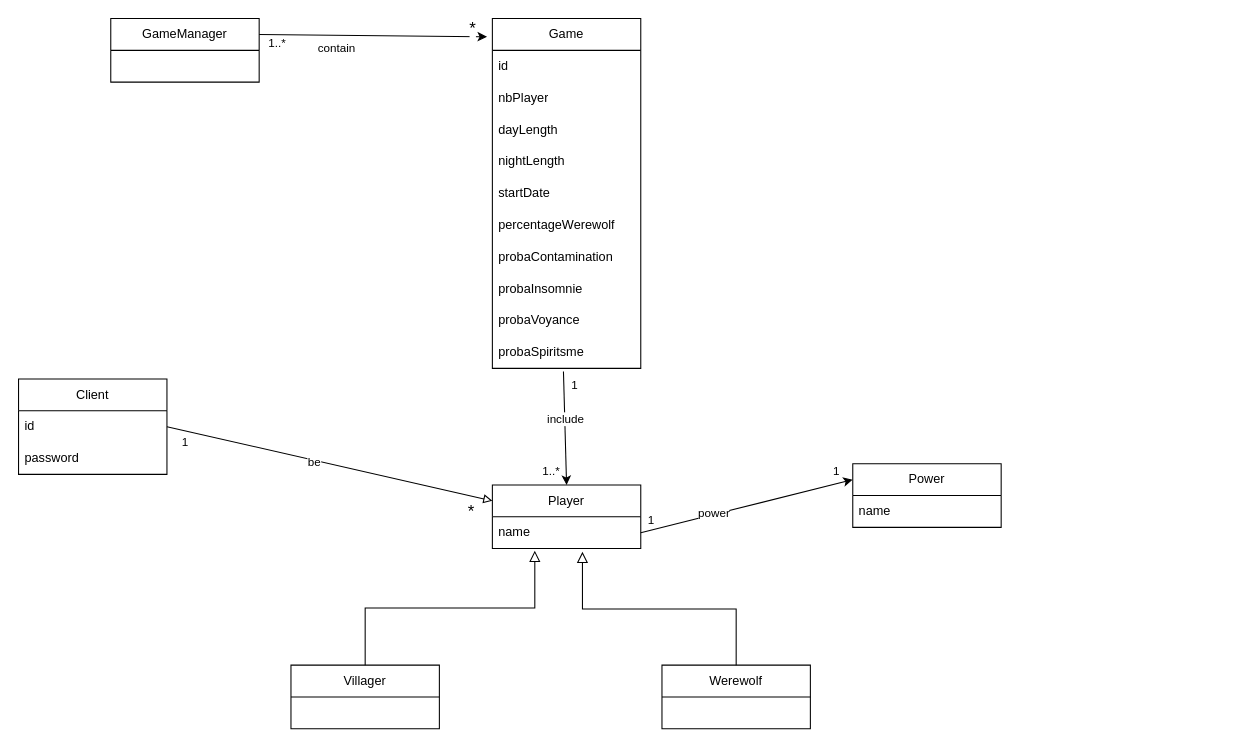
gfhuth/werewolf keeps this draw.io diagram as documentation/server/diagramme_de_classes_jeu.drawio. Above is the earlier version. Source tidied: cells renumbered, new cells numbered last; positions are measured from the earlier drawing's top-left corner, leaving out a move shared by most shapes. Both pictures are drawn from the tidied source at 106%, with x=0, y=0 at pixel (18, 18).
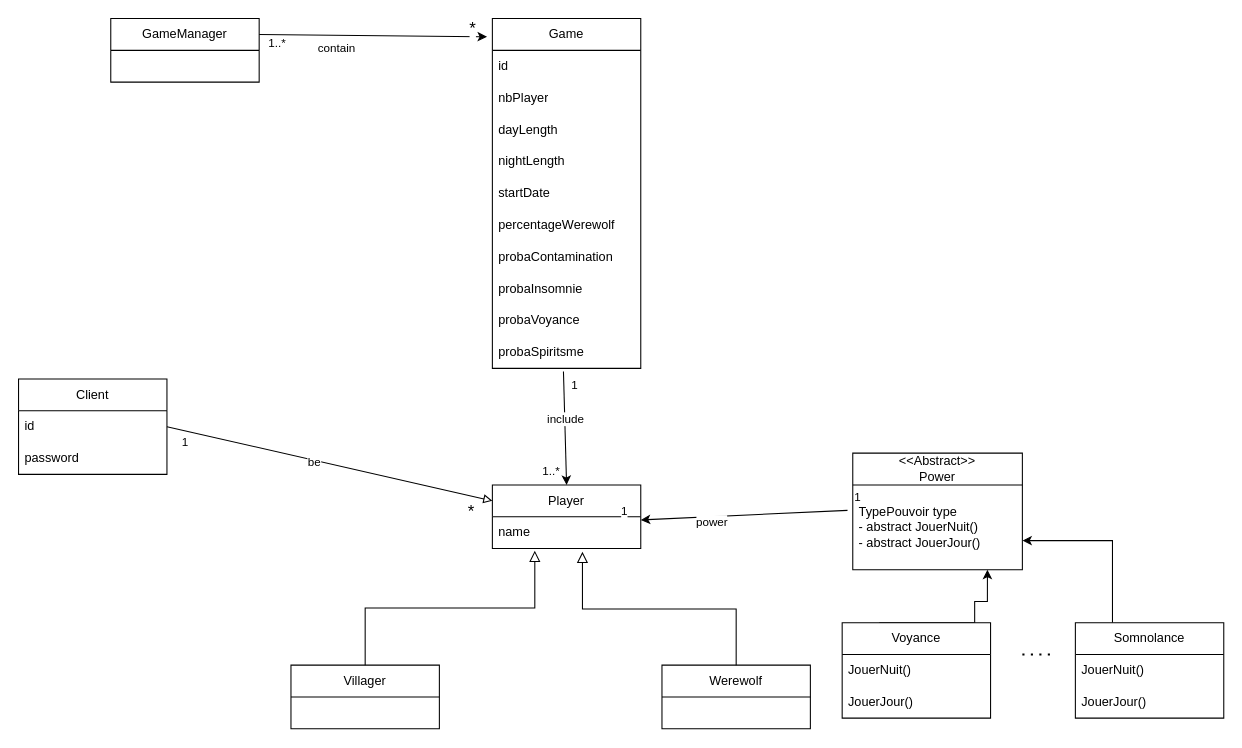
The same page after the edit.

Commit message:
modification classe role

The change refers to these unchanged cells:
```xml
<mxCell id="3" value="name" style="text;strokeColor=none;fillColor=none;align=left;verticalAlign=middle;spacingLeft=4;spacingRight=4;overflow=hidden;points=[[0,0.5],[1,0.5]];portConstraint=eastwest;whiteSpace=wrap;html=1;" parent="2" vertex="1">
  <mxGeometry y="30" width="140" height="30" as="geometry" />
</mxCell>
```

What changed in the source:
```diff
@@
-    <mxCell id="6" value="Power" style="swimlane;fontStyle=0;horizontal=1;startSize=30;whiteSpace=wrap;html=1;" parent="1" vertex="1">
-      <mxGeometry x="787" y="420" width="140" height="60" as="geometry" />
+    <mxCell id="6" value="&amp;lt;&amp;lt;Abstract&amp;gt;&amp;gt;&lt;br&gt;Power" style="swimlane;fontStyle=0;horizontal=1;startSize=30;whiteSpace=wrap;html=1;" parent="1" vertex="1">
+      <mxGeometry x="787" y="410" width="160" height="110" as="geometry" />
     </mxCell>
-    <mxCell id="7" value="name" style="text;strokeColor=none;fillColor=none;align=left;verticalAlign=middle;spacingLeft=4;spacingRight=4;overflow=hidden;points=[[0,0.5],[1,0.5]];portConstraint=eastwest;whiteSpace=wrap;html=1;" parent="6" vertex="1">
-      <mxGeometry y="30" width="140" height="30" as="geometry" />
+    <mxCell id="7" value="TypePouvoir type&lt;br&gt;&lt;div&gt;- abstract JouerNuit() &lt;/div&gt;&lt;div&gt;- abstract JouerJour()&lt;/div&gt;" style="text;strokeColor=none;fillColor=none;align=left;verticalAlign=middle;spacingLeft=4;spacingRight=4;overflow=hidden;points=[[0,0.5],[1,0.5]];portConstraint=eastwest;whiteSpace=wrap;html=1;" parent="6" vertex="1">
+      <mxGeometry y="30" width="160" height="80" as="geometry" />
     </mxCell>
-    <mxCell id="8" style="endArrow=classic;html=1;exitX=1;exitY=0.5;exitDx=0;exitDy=0;entryX=0;entryY=0.25;entryDx=0;entryDy=0;" parent="1" edge="1" source="3" target="6">
+    <mxCell id="8" style="endArrow=classic;html=1;exitX=-0.031;exitY=0.3;exitDx=0;exitDy=0;exitPerimeter=0;entryX=1;entryY=0.1;entryDx=0;entryDy=0;entryPerimeter=0;" parent="1" edge="1" source="7" target="3">
       <mxGeometry relative="1" as="geometry" />
     </mxCell>
@@
+    <mxCell id="41" style="edgeStyle=orthogonalEdgeStyle;rounded=0;jettySize=auto;html=1;exitX=0.25;exitY=0;exitDx=0;exitDy=0;entryX=0.794;entryY=1;entryDx=0;entryDy=0;entryPerimeter=0;" parent="1" edge="1" source="42" target="7">
+      <mxGeometry relative="1" as="geometry">
+        <Array as="points">
+          <mxPoint x="902" y="550" />
+          <mxPoint x="914" y="550" />
+        </Array>
+      </mxGeometry>
+    </mxCell>
+    <mxCell id="42" value="Voyance" style="swimlane;fontStyle=0;horizontal=1;startSize=30;whiteSpace=wrap;html=1;" parent="1" vertex="1">
+      <mxGeometry x="777" y="570" width="140" height="90" as="geometry" />
+    </mxCell>
+    <mxCell id="43" value="JouerNuit()" style="text;strokeColor=none;fillColor=none;align=left;verticalAlign=middle;spacingLeft=4;spacingRight=4;overflow=hidden;whiteSpace=wrap;html=1;" parent="42" vertex="1">
+      <mxGeometry y="30" width="140" height="30" as="geometry" />
+    </mxCell>
+    <mxCell id="44" value="JouerJour()" style="text;strokeColor=none;fillColor=none;align=left;verticalAlign=middle;spacingLeft=4;spacingRight=4;overflow=hidden;whiteSpace=wrap;html=1;" parent="42" vertex="1">
+      <mxGeometry y="60" width="140" height="30" as="geometry" />
+    </mxCell>
+    <mxCell id="45" style="edgeStyle=orthogonalEdgeStyle;rounded=0;jettySize=auto;html=1;exitX=0.25;exitY=0;exitDx=0;exitDy=0;entryX=1;entryY=0.75;entryDx=0;entryDy=0;" parent="1" edge="1" source="46" target="6">
+      <mxGeometry relative="1" as="geometry" />
+    </mxCell>
+    <mxCell id="46" value="Somnolance" style="swimlane;fontStyle=0;horizontal=1;startSize=30;whiteSpace=wrap;html=1;" parent="1" vertex="1">
+      <mxGeometry x="997" y="570" width="140" height="90" as="geometry" />
+    </mxCell>
+    <mxCell id="47" value="JouerNuit()" style="text;strokeColor=none;fillColor=none;align=left;verticalAlign=middle;spacingLeft=4;spacingRight=4;overflow=hidden;whiteSpace=wrap;html=1;" parent="46" vertex="1">
+      <mxGeometry y="30" width="140" height="30" as="geometry" />
+    </mxCell>
+    <mxCell id="48" value="JouerJour()" style="text;strokeColor=none;fillColor=none;align=left;verticalAlign=middle;spacingLeft=4;spacingRight=4;overflow=hidden;whiteSpace=wrap;html=1;" parent="46" vertex="1">
+      <mxGeometry y="60" width="140" height="30" as="geometry" />
+    </mxCell>
+    <mxCell id="49" style="endArrow=none;dashed=1;html=1;dashPattern=1 3;strokeWidth=2;rounded=0;" parent="1" edge="1">
+      <mxGeometry relative="1" as="geometry">
+        <mxPoint x="947" y="600" as="sourcePoint" />
+        <mxPoint x="977" y="600" as="targetPoint" />
+      </mxGeometry>
+    </mxCell>
```
